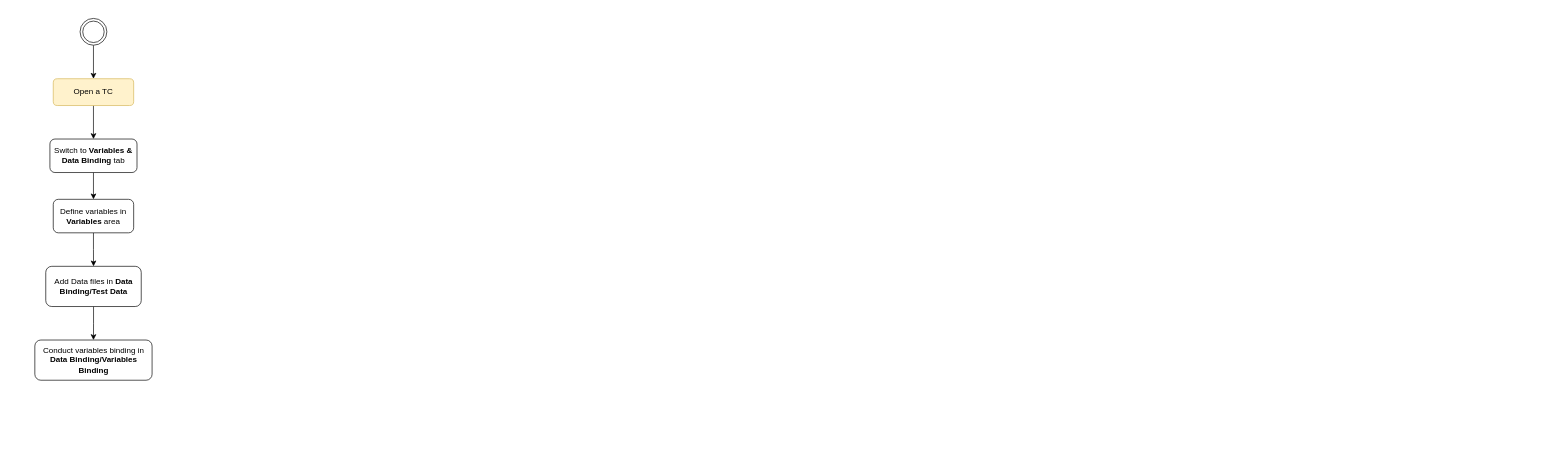
This is Untitled Diagram.drawio from nhpthuy/chart, a draw.io file, before an edit. Source tidied: cells renumbered, new cells numbered last; positions are measured from the earlier drawing's top-left corner, leaving out a move shared by most shapes. Both pictures are drawn from the tidied source at 67%, with x=0, y=0 at pixel (34, 18).
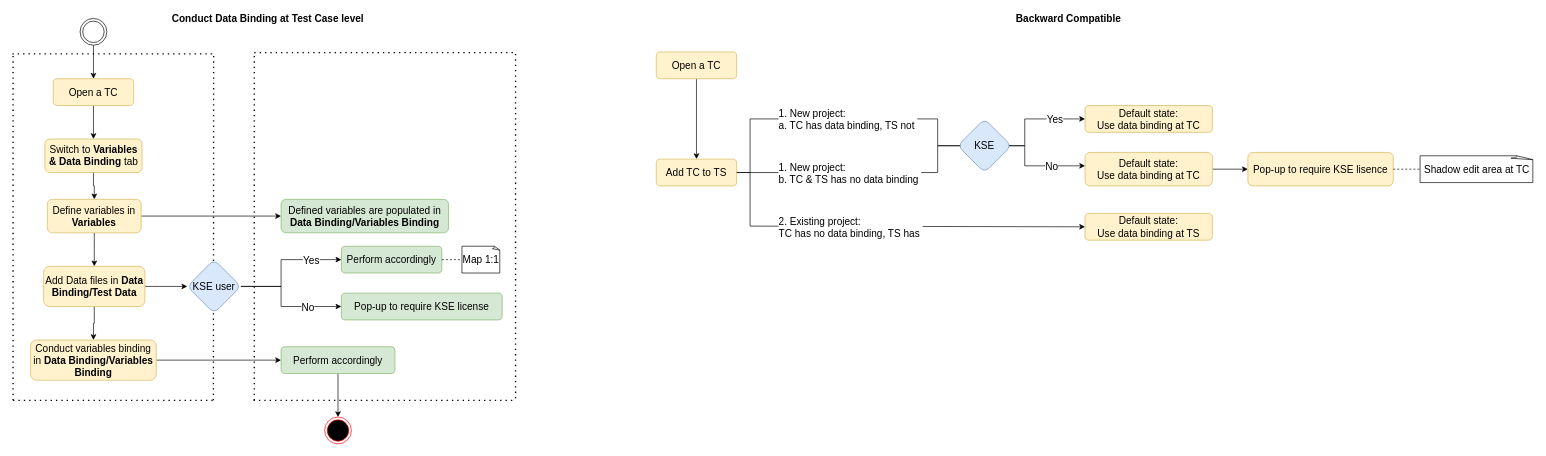
The same page after the edit.

Change to the diagram source:
```diff
@@
-    <mxCell id="2" style="edgeStyle=orthogonalEdgeStyle;rounded=0;jettySize=auto;html=1;" parent="1" edge="1" source="3" target="5">
+    <mxCell id="2" style="edgeStyle=orthogonalEdgeStyle;rounded=0;jettySize=auto;html=1;fontSize=15;" parent="1" edge="1" source="3" target="5">
       <mxGeometry relative="1" as="geometry" />
     </mxCell>
-    <mxCell id="3" value="Open a TC" style="rounded=1;whiteSpace=wrap;html=1;fontSize=12;glass=0;strokeWidth=1;shadow=0;fillColor=#fff2cc;strokeColor=#d6b656;" parent="1" vertex="1">
+    <mxCell id="3" value="Open a TC" style="rounded=1;whiteSpace=wrap;html=1;fontSize=15;glass=0;strokeWidth=1;shadow=0;fillColor=#fff2cc;strokeColor=#d6b656;" parent="1" vertex="1">
       <mxGeometry x="28" y="90" width="120" height="40" as="geometry" />
     </mxCell>
-    <mxCell id="4" style="edgeStyle=orthogonalEdgeStyle;rounded=0;jettySize=auto;html=1;" parent="1" edge="1" source="5" target="7">
+    <mxCell id="4" style="edgeStyle=orthogonalEdgeStyle;rounded=0;jettySize=auto;html=1;fontSize=15;" parent="1" edge="1" source="5" target="7">
       <mxGeometry relative="1" as="geometry" />
     </mxCell>
-    <mxCell id="5" value="Switch to&lt;b&gt; Variables &amp;amp; Data Binding&lt;/b&gt; tab" style="rounded=1;whiteSpace=wrap;html=1;fontSize=12;glass=0;strokeWidth=1;shadow=0;" parent="1" vertex="1">
-      <mxGeometry x="23" y="180" width="130" height="50" as="geometry" />
+    <mxCell id="5" value="Switch to&lt;b style=&quot;font-size: 15px;&quot;&gt; Variables &amp;amp; Data Binding&lt;/b&gt; tab" style="rounded=1;whiteSpace=wrap;html=1;fontSize=15;glass=0;strokeWidth=1;shadow=0;fillColor=#fff2cc;strokeColor=#d6b656;" parent="1" vertex="1">
+      <mxGeometry x="15.5" y="180" width="145" height="50" as="geometry" />
     </mxCell>
-    <mxCell id="6" style="edgeStyle=orthogonalEdgeStyle;rounded=0;jettySize=auto;html=1;" parent="1" edge="1" source="7" target="11">
+    <mxCell id="6" style="edgeStyle=orthogonalEdgeStyle;rounded=0;jettySize=auto;html=1;fontSize=15;" parent="1" edge="1" source="7" target="11">
       <mxGeometry relative="1" as="geometry" />
     </mxCell>
+    <mxCell id="13" style="edgeStyle=orthogonalEdgeStyle;rounded=0;jettySize=auto;html=1;fontSize=15;" parent="1" edge="1" source="7" target="16">
+      <mxGeometry relative="1" as="geometry" />
+    </mxCell>
-    <mxCell id="7" value="Define variables in &lt;b&gt;Variables&lt;/b&gt; area" style="rounded=1;whiteSpace=wrap;html=1;fontSize=12;glass=0;strokeWidth=1;shadow=0;" parent="1" vertex="1">
-      <mxGeometry x="28" y="270" width="120" height="50" as="geometry" />
+    <mxCell id="7" value="Define variables in &lt;b style=&quot;font-size: 15px&quot;&gt;Variables&lt;/b&gt;" style="rounded=1;whiteSpace=wrap;html=1;fontSize=15;glass=0;strokeWidth=1;shadow=0;fillColor=#fff2cc;strokeColor=#d6b656;" parent="1" vertex="1">
+      <mxGeometry x="19.2" y="270" width="140" height="50" as="geometry" />
     </mxCell>
-    <mxCell id="8" style="edgeStyle=orthogonalEdgeStyle;rounded=0;jettySize=auto;html=1;" parent="1" edge="1" source="9" target="3">
+    <mxCell id="8" style="edgeStyle=orthogonalEdgeStyle;rounded=0;jettySize=auto;html=1;fontSize=15;" parent="1" edge="1" source="9" target="3">
       <mxGeometry relative="1" as="geometry" />
     </mxCell>
-    <mxCell id="9" style="ellipse;shape=doubleEllipse;html=1;dashed=0;whitespace=wrap;" parent="1" vertex="1">
+    <mxCell id="9" style="ellipse;shape=doubleEllipse;html=1;dashed=0;whitespace=wrap;fontSize=15;" parent="1" vertex="1">
       <mxGeometry x="68" width="40" height="40" as="geometry" />
     </mxCell>
-    <mxCell id="10" style="edgeStyle=orthogonalEdgeStyle;rounded=0;jettySize=auto;html=1;" parent="1" edge="1" source="11" target="12">
+    <mxCell id="10" style="edgeStyle=orthogonalEdgeStyle;rounded=0;jettySize=auto;html=1;fontSize=15;" parent="1" edge="1" source="11" target="12">
       <mxGeometry relative="1" as="geometry" />
     </mxCell>
+    <mxCell id="14" style="edgeStyle=orthogonalEdgeStyle;rounded=0;jettySize=auto;html=1;fontSize=15;" parent="1" edge="1" source="11">
+      <mxGeometry relative="1" as="geometry">
+        <mxPoint x="228" y="400" as="targetPoint" />
+      </mxGeometry>
+    </mxCell>
-    <mxCell id="11" value="Add Data files in &lt;b&gt;Data Binding/Test Data&lt;/b&gt;" style="whiteSpace=wrap;html=1;rounded=1;glass=0;strokeWidth=1;shadow=0;" parent="1" vertex="1">
-      <mxGeometry x="16.8" y="370" width="142.5" height="60" as="geometry" />
+    <mxCell id="11" value="Add Data files in &lt;b style=&quot;font-size: 15px;&quot;&gt;Data Binding/Test Data&lt;/b&gt;" style="whiteSpace=wrap;html=1;rounded=1;glass=0;strokeWidth=1;shadow=0;fontSize=15;fillColor=#fff2cc;strokeColor=#d6b656;" parent="1" vertex="1">
+      <mxGeometry x="13.6" y="370" width="151.2" height="60" as="geometry" />
     </mxCell>
+    <mxCell id="15" style="edgeStyle=orthogonalEdgeStyle;rounded=0;jettySize=auto;html=1;fontSize=15;" parent="1" edge="1" source="12" target="22">
+      <mxGeometry relative="1" as="geometry" />
+    </mxCell>
-    <mxCell id="12" value="Conduct variables binding in &lt;b&gt;Data Binding/Variables Binding&lt;/b&gt;" style="whiteSpace=wrap;html=1;rounded=1;glass=0;strokeWidth=1;shadow=0;" parent="1" vertex="1">
-      <mxGeometry x="0.5" y="480" width="175" height="60" as="geometry" />
+    <mxCell id="12" value="Conduct variables binding in &lt;b style=&quot;font-size: 15px;&quot;&gt;Data Binding/Variables Binding&lt;/b&gt;" style="whiteSpace=wrap;html=1;rounded=1;glass=0;strokeWidth=1;shadow=0;fontSize=15;fillColor=#fff2cc;strokeColor=#d6b656;" parent="1" vertex="1">
+      <mxGeometry x="-5.8" y="480" width="187.5" height="60" as="geometry" />
     </mxCell>
+    <mxCell id="16" value="Defined variables are populated in &lt;b style=&quot;font-size: 15px;&quot;&gt;Data Binding/Variables Binding&lt;/b&gt;" style="rounded=1;whiteSpace=wrap;html=1;fontSize=15;glass=0;strokeWidth=1;shadow=0;fillColor=#d5e8d4;strokeColor=#82b366;" parent="1" vertex="1">
+      <mxGeometry x="368" y="270" width="250" height="50" as="geometry" />
+    </mxCell>
+    <mxCell id="17" style="edgeStyle=orthogonalEdgeStyle;rounded=0;jettySize=auto;html=1;entryX=0;entryY=0.5;entryDx=0;entryDy=0;fontSize=15;" parent="1" edge="1" target="20">
+      <mxGeometry relative="1" as="geometry">
+        <mxPoint x="308" y="400" as="sourcePoint" />
+        <Array as="points">
+          <mxPoint x="368" y="400" />
+          <mxPoint x="368" y="430" />
+        </Array>
+      </mxGeometry>
+    </mxCell>
+    <mxCell id="18" value="No" style="edgeLabel;html=1;align=center;verticalAlign=middle;fontSize=15;" parent="17" vertex="1">
+      <mxGeometry y="1" relative="1" as="geometry">
+        <mxPoint x="39" y="1" as="offset" />
+      </mxGeometry>
+    </mxCell>
+    <mxCell id="19" value="Perform accordingly" style="whiteSpace=wrap;html=1;rounded=1;glass=0;strokeWidth=1;shadow=0;fontSize=15;fillColor=#d5e8d4;strokeColor=#82b366;" parent="1" vertex="1">
+      <mxGeometry x="458" y="340" width="150" height="40" as="geometry" />
+    </mxCell>
+    <mxCell id="20" value="Pop-up to require KSE license" style="whiteSpace=wrap;html=1;rounded=1;glass=0;strokeWidth=1;shadow=0;fontSize=15;fillColor=#d5e8d4;strokeColor=#82b366;" parent="1" vertex="1">
+      <mxGeometry x="458" y="410" width="240" height="40" as="geometry" />
+    </mxCell>
+    <mxCell id="21" style="edgeStyle=orthogonalEdgeStyle;rounded=0;jettySize=auto;html=1;fontSize=15;" parent="1" edge="1" source="22" target="23">
+      <mxGeometry relative="1" as="geometry" />
+    </mxCell>
+    <mxCell id="22" value="Perform accordingly" style="whiteSpace=wrap;html=1;rounded=1;glass=0;strokeWidth=1;shadow=0;fontSize=15;fillColor=#d5e8d4;strokeColor=#82b366;" parent="1" vertex="1">
+      <mxGeometry x="368" y="490" width="170" height="40" as="geometry" />
+    </mxCell>
+    <mxCell id="23" style="ellipse;html=1;shape=endState;fillColor=#000000;strokeColor=#ff0000;fontSize=15;" parent="1" vertex="1">
+      <mxGeometry x="433" y="595" width="40" height="40" as="geometry" />
+    </mxCell>
+    <mxCell id="24" value="Map 1:1" style="whiteSpace=wrap;html=1;shape=mxgraph.basic.document;fontSize=15;" parent="1" vertex="1">
+      <mxGeometry x="638" y="340" width="57" height="40" as="geometry" />
+    </mxCell>
+    <mxCell id="25" value="&lt;font style=&quot;font-size: 15px;&quot;&gt;Conduct Data Binding at Test Case level&lt;/font&gt;" style="text;html=1;align=center;verticalAlign=middle;strokeColor=none;fillColor=none;fontStyle=1;fontSize=15;" parent="1" vertex="1">
+      <mxGeometry x="198" y="-10" width="300" height="20" as="geometry" />
+    </mxCell>
+    <mxCell id="26" style="endArrow=none;dashed=1;html=1;dashPattern=1 3;strokeWidth=2;rounded=0;fontSize=15;" parent="1" edge="1">
+      <mxGeometry relative="1" as="geometry">
+        <mxPoint x="-32" y="570" as="sourcePoint" />
+        <mxPoint x="268" y="570" as="targetPoint" />
+      </mxGeometry>
+    </mxCell>
+    <mxCell id="27" style="endArrow=none;dashed=1;html=1;dashPattern=1 3;strokeWidth=2;rounded=0;fontSize=15;" parent="1" edge="1">
+      <mxGeometry relative="1" as="geometry">
+        <mxPoint x="-32" y="570" as="sourcePoint" />
+        <mxPoint x="-32" y="50" as="targetPoint" />
+      </mxGeometry>
+    </mxCell>
+    <mxCell id="28" style="endArrow=none;dashed=1;html=1;dashPattern=1 3;strokeWidth=2;rounded=0;fontSize=15;" parent="1" edge="1">
+      <mxGeometry relative="1" as="geometry">
+        <mxPoint x="267" y="570" as="sourcePoint" />
+        <mxPoint x="267.4" y="50" as="targetPoint" />
+      </mxGeometry>
+    </mxCell>
+    <mxCell id="29" style="endArrow=none;dashed=1;html=1;dashPattern=1 3;strokeWidth=2;rounded=0;fontSize=15;" parent="1" edge="1">
+      <mxGeometry relative="1" as="geometry">
+        <mxPoint x="-33" y="53" as="sourcePoint" />
+        <mxPoint x="268" y="53" as="targetPoint" />
+      </mxGeometry>
+    </mxCell>
+    <mxCell id="30" style="edgeStyle=orthogonalEdgeStyle;rounded=0;jettySize=auto;html=1;entryX=0;entryY=0.5;entryDx=0;entryDy=0;fontSize=15;" parent="1" edge="1" source="32" target="19">
+      <mxGeometry relative="1" as="geometry">
+        <Array as="points">
+          <mxPoint x="368" y="400" />
+          <mxPoint x="368" y="360" />
+        </Array>
+      </mxGeometry>
+    </mxCell>
+    <mxCell id="31" value="Yes" style="edgeLabel;html=1;align=center;verticalAlign=middle;fontSize=15;" parent="30" vertex="1">
+      <mxGeometry x="0.49" relative="1" as="geometry">
+        <mxPoint x="2" as="offset" />
+      </mxGeometry>
+    </mxCell>
+    <mxCell id="32" value="KSE user" style="rhombus;whiteSpace=wrap;html=1;rounded=1;glass=0;strokeWidth=1;shadow=0;fontSize=15;fillColor=#dae8fc;strokeColor=#6c8ebf;" parent="1" vertex="1">
+      <mxGeometry x="228" y="360" width="80" height="80" as="geometry" />
+    </mxCell>
+    <mxCell id="33" style="endArrow=none;dashed=1;html=1;dashPattern=1 3;strokeWidth=2;rounded=0;fontSize=15;" parent="1" edge="1">
+      <mxGeometry relative="1" as="geometry">
+        <mxPoint x="328" y="570" as="sourcePoint" />
+        <mxPoint x="328" y="50" as="targetPoint" />
+      </mxGeometry>
+    </mxCell>
+    <mxCell id="34" style="endArrow=none;dashed=1;html=1;dashPattern=1 3;strokeWidth=2;rounded=0;fontSize=15;" parent="1" edge="1">
+      <mxGeometry relative="1" as="geometry">
+        <mxPoint x="328" y="51" as="sourcePoint" />
+        <mxPoint x="718" y="51" as="targetPoint" />
+      </mxGeometry>
+    </mxCell>
+    <mxCell id="35" style="endArrow=none;dashed=1;html=1;dashPattern=1 3;strokeWidth=2;rounded=0;fontSize=15;" parent="1" edge="1">
+      <mxGeometry relative="1" as="geometry">
+        <mxPoint x="718" y="567" as="sourcePoint" />
+        <mxPoint x="718" y="47" as="targetPoint" />
+      </mxGeometry>
+    </mxCell>
+    <mxCell id="36" style="endArrow=none;dashed=1;html=1;dashPattern=1 3;strokeWidth=2;rounded=0;fontSize=15;" parent="1" edge="1">
+      <mxGeometry relative="1" as="geometry">
+        <mxPoint x="327" y="570" as="sourcePoint" />
+        <mxPoint x="718" y="570" as="targetPoint" />
+      </mxGeometry>
+    </mxCell>
+    <mxCell id="37" style="endArrow=none;dashed=1;html=1;rounded=0;fontSize=15;exitX=1;exitY=0.5;exitDx=0;exitDy=0;entryX=0;entryY=0.5;entryDx=0;entryDy=0;entryPerimeter=0;" parent="1" edge="1" source="19" target="24">
+      <mxGeometry relative="1" as="geometry" />
+    </mxCell>
+    <mxCell id="38" value="&lt;font style=&quot;font-size: 15px&quot;&gt;Backward Compatible&lt;/font&gt;" style="text;html=1;align=center;verticalAlign=middle;strokeColor=none;fillColor=none;fontStyle=1;fontSize=15;" parent="1" vertex="1">
+      <mxGeometry x="1458" y="-10" width="170" height="20" as="geometry" />
+    </mxCell>
+    <mxCell id="39" style="edgeStyle=orthogonalEdgeStyle;rounded=0;jettySize=auto;html=1;fontSize=15;" parent="1" edge="1" source="40" target="42">
+      <mxGeometry relative="1" as="geometry" />
+    </mxCell>
+    <mxCell id="40" value="Open a TC" style="rounded=1;whiteSpace=wrap;html=1;fontSize=15;glass=0;strokeWidth=1;shadow=0;fillColor=#fff2cc;strokeColor=#d6b656;" parent="1" vertex="1">
+      <mxGeometry x="928" y="50" width="120" height="40" as="geometry" />
+    </mxCell>
+    <mxCell id="41" style="edgeStyle=orthogonalEdgeStyle;rounded=0;jettySize=auto;html=1;fontSize=15;exitX=1;exitY=0.5;exitDx=0;exitDy=0;" parent="1" edge="1" source="42">
+      <mxGeometry relative="1" as="geometry">
+        <mxPoint x="1398" y="190" as="targetPoint" />
+        <Array as="points">
+          <mxPoint x="1068" y="230" />
+          <mxPoint x="1068" y="150" />
+          <mxPoint x="1348" y="150" />
+          <mxPoint x="1348" y="190" />
+        </Array>
+      </mxGeometry>
+    </mxCell>
+    <mxCell id="42" value="Add TC to TS" style="rounded=1;whiteSpace=wrap;html=1;fontSize=15;glass=0;strokeWidth=1;shadow=0;fillColor=#fff2cc;strokeColor=#d6b656;" parent="1" vertex="1">
+      <mxGeometry x="928" y="210" width="120" height="40" as="geometry" />
+    </mxCell>
+    <mxCell id="43" value="1. New project:&lt;br&gt;a. TC has data binding, TS not&amp;nbsp;" style="edgeLabel;html=1;align=left;verticalAlign=middle;fontSize=15;" parent="1" vertex="1">
+      <mxGeometry x="1109" y="150" as="geometry" />
+    </mxCell>
+    <mxCell id="44" style="edgeStyle=orthogonalEdgeStyle;rounded=0;jettySize=auto;html=1;fontSize=15;entryX=0;entryY=0.5;entryDx=0;entryDy=0;" parent="1" edge="1" target="45">
+      <mxGeometry relative="1" as="geometry">
+        <mxPoint x="1068" y="230" as="sourcePoint" />
+        <Array as="points">
+          <mxPoint x="1068" y="310" />
+        </Array>
+      </mxGeometry>
+    </mxCell>
+    <mxCell id="45" value="Default state: &lt;br&gt;Use data binding at TS" style="rounded=1;whiteSpace=wrap;html=1;fontSize=15;glass=0;strokeWidth=1;shadow=0;fillColor=#fff2cc;strokeColor=#d6b656;" parent="1" vertex="1">
+      <mxGeometry x="1568" y="291" width="190" height="40" as="geometry" />
+    </mxCell>
+    <mxCell id="46" value="2. Existing project:&lt;br&gt;TC has no data binding, TS has&amp;nbsp;" style="edgeLabel;html=1;align=left;verticalAlign=middle;fontSize=15;" parent="1" vertex="1">
+      <mxGeometry x="1109" y="311" as="geometry" />
+    </mxCell>
+    <mxCell id="47" style="edgeStyle=orthogonalEdgeStyle;rounded=0;orthogonalLoop=1;jettySize=auto;html=1;entryX=0;entryY=0.5;entryDx=0;entryDy=0;fontSize=15;" parent="1" edge="1">
+      <mxGeometry relative="1" as="geometry">
+        <mxPoint x="1418" y="190" as="sourcePoint" />
+        <mxPoint x="1568" y="220" as="targetPoint" />
+        <Array as="points">
+          <mxPoint x="1478" y="190" />
+          <mxPoint x="1478" y="220" />
+        </Array>
+      </mxGeometry>
+    </mxCell>
+    <mxCell id="48" value="No" style="edgeLabel;html=1;align=center;verticalAlign=middle;fontSize=15;" parent="47" vertex="1">
+      <mxGeometry y="1" relative="1" as="geometry">
+        <mxPoint x="39" y="1" as="offset" />
+      </mxGeometry>
+    </mxCell>
+    <mxCell id="49" style="edgeStyle=orthogonalEdgeStyle;rounded=0;orthogonalLoop=1;jettySize=auto;html=1;entryX=0;entryY=0.5;entryDx=0;entryDy=0;fontSize=15;" parent="1" edge="1">
+      <mxGeometry relative="1" as="geometry">
+        <mxPoint x="1418" y="190" as="sourcePoint" />
+        <mxPoint x="1568" y="150" as="targetPoint" />
+        <Array as="points">
+          <mxPoint x="1478" y="190" />
+          <mxPoint x="1478" y="150" />
+        </Array>
+      </mxGeometry>
+    </mxCell>
+    <mxCell id="50" value="Yes" style="edgeLabel;html=1;align=center;verticalAlign=middle;fontSize=15;" parent="49" vertex="1">
+      <mxGeometry x="0.49" relative="1" as="geometry">
+        <mxPoint x="2" as="offset" />
+      </mxGeometry>
+    </mxCell>
+    <mxCell id="51" value="Default state: &lt;br&gt;Use data binding at TC" style="rounded=1;whiteSpace=wrap;html=1;fontSize=15;glass=0;strokeWidth=1;shadow=0;fillColor=#fff2cc;strokeColor=#d6b656;" parent="1" vertex="1">
+      <mxGeometry x="1568" y="130" width="190" height="40" as="geometry" />
+    </mxCell>
+    <mxCell id="52" style="edgeStyle=orthogonalEdgeStyle;rounded=0;jettySize=auto;html=1;fontSize=15;" parent="1" edge="1" source="53" target="54">
+      <mxGeometry relative="1" as="geometry" />
+    </mxCell>
+    <mxCell id="53" value="Default state: &lt;br&gt;Use data binding at TC" style="rounded=1;whiteSpace=wrap;html=1;fontSize=15;glass=0;strokeWidth=1;shadow=0;fillColor=#fff2cc;strokeColor=#d6b656;" parent="1" vertex="1">
+      <mxGeometry x="1568" y="200" width="190" height="50" as="geometry" />
+    </mxCell>
+    <mxCell id="54" value="Pop-up to require KSE lisence" style="rounded=1;whiteSpace=wrap;html=1;fontSize=15;glass=0;strokeWidth=1;shadow=0;fillColor=#fff2cc;strokeColor=#d6b656;" parent="1" vertex="1">
+      <mxGeometry x="1811" y="200" width="217" height="50" as="geometry" />
+    </mxCell>
+    <mxCell id="55" value="Shadow edit area at TC" style="whiteSpace=wrap;html=1;shape=mxgraph.basic.document;fontSize=15;" parent="1" vertex="1">
+      <mxGeometry x="2068" y="205" width="170" height="40" as="geometry" />
+    </mxCell>
+    <mxCell id="56" style="endArrow=none;dashed=1;html=1;rounded=0;fontSize=15;exitX=1;exitY=0.5;exitDx=0;exitDy=0;entryX=0;entryY=0.5;entryDx=0;entryDy=0;entryPerimeter=0;" parent="1" edge="1" source="54" target="55">
+      <mxGeometry relative="1" as="geometry" />
+    </mxCell>
+    <mxCell id="57" style="endArrow=classic;html=1;rounded=0;fontSize=15;exitX=1;exitY=0.5;exitDx=0;exitDy=0;" parent="1" edge="1" source="42">
+      <mxGeometry relative="1" as="geometry">
+        <mxPoint x="1438" y="190" as="targetPoint" />
+        <Array as="points">
+          <mxPoint x="1348" y="230" />
+          <mxPoint x="1348" y="190" />
+          <mxPoint x="1428" y="190" />
+        </Array>
+      </mxGeometry>
+    </mxCell>
+    <mxCell id="58" value="KSE" style="rhombus;whiteSpace=wrap;html=1;fontSize=15;fillColor=#dae8fc;strokeColor=#6c8ebf;rounded=1;glass=0;strokeWidth=1;shadow=0;" parent="1" vertex="1">
+      <mxGeometry x="1378" y="150" width="80" height="80" as="geometry" />
+    </mxCell>
+    <mxCell id="59" value="1. New project:&lt;br&gt;b. TC &amp;amp; TS has no data binding&amp;nbsp;" style="edgeLabel;html=1;align=left;verticalAlign=middle;fontSize=15;" parent="1" vertex="1">
+      <mxGeometry x="1109" y="230" as="geometry" />
+    </mxCell>
```
